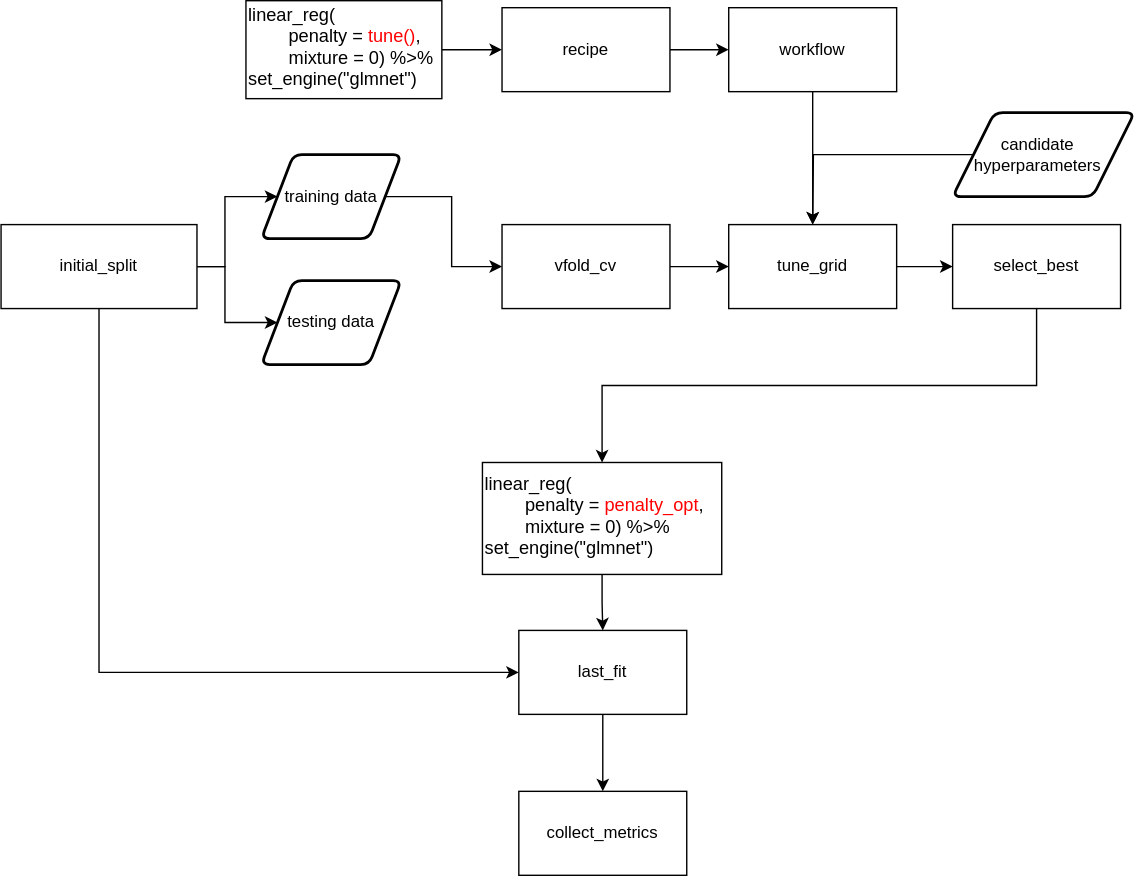
Before: _site/teaching/ML/pictures/tune_illustration.svg, a diagram exported from draw.io (LinusLach/website). Source tidied: cells renumbered, new cells last; positions are measured from the earlier drawing's top-left corner, leaving out a move shared by most shapes.
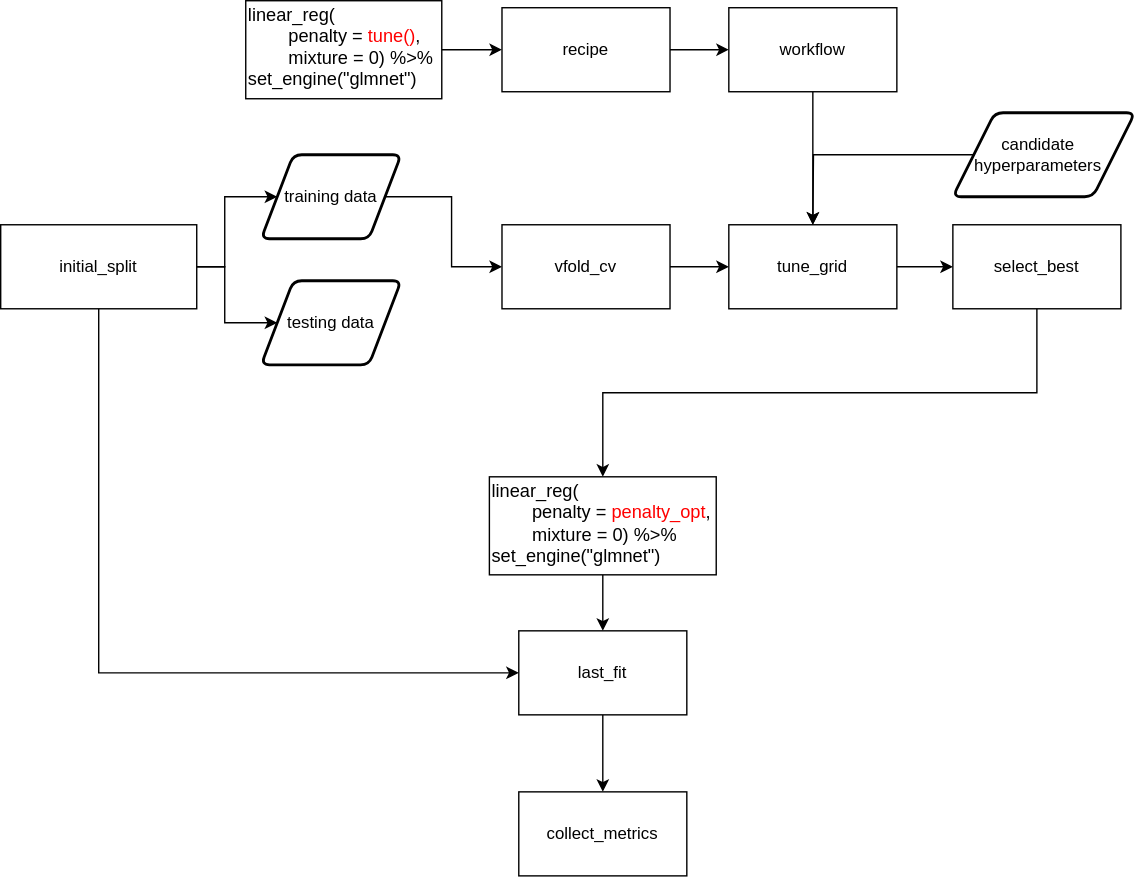
Later version of the same file.

Change to the diagram source:
```diff
@@ -73,7 +73,7 @@
       <mxGeometry relative="1" as="geometry" />
     </mxCell>
     <mxCell id="22" value="&lt;div style=&quot;font-size: 13px;&quot;&gt;&lt;font style=&quot;font-size: 13px;&quot;&gt;linear_reg(&lt;/font&gt;&lt;/div&gt;&lt;div style=&quot;font-size: 13px;&quot;&gt;&lt;font style=&quot;font-size: 13px;&quot;&gt;&lt;span style=&quot;white-space: pre;&quot;&gt;&#9;&lt;/span&gt;penalty = &lt;font color=&quot;#ff0000&quot;&gt;penalty_opt&lt;/font&gt;,&lt;/font&gt;&lt;/div&gt;&lt;div style=&quot;font-size: 13px;&quot;&gt;&lt;font style=&quot;font-size: 13px;&quot;&gt;&lt;span style=&quot;white-space: pre;&quot;&gt;&#9;&lt;/span&gt;mixture = 0) %&amp;gt;%&lt;/font&gt;&lt;/div&gt;&lt;div style=&quot;font-size: 13px;&quot;&gt;&lt;font style=&quot;font-size: 13px;&quot;&gt;set_engine(&quot;glmnet&quot;)&lt;br&gt;&lt;/font&gt;&lt;/div&gt;&lt;font style=&quot;font-size: 13px;&quot;&gt;&lt;br&gt;&lt;/font&gt;" style="rounded=0;whiteSpace=wrap;html=1;verticalAlign=middle;labelPosition=center;verticalLabelPosition=middle;align=left;spacingTop=11;" parent="1" vertex="1">
-      <mxGeometry x="344" y="330" width="171" height="80" as="geometry" />
+      <mxGeometry x="349" y="340" width="162" height="70" as="geometry" />
     </mxCell>
     <mxCell id="23" style="edgeStyle=orthogonalEdgeStyle;rounded=0;jettySize=auto;html=1;exitX=0.5;exitY=1;exitDx=0;exitDy=0;entryX=0.5;entryY=0;entryDx=0;entryDy=0;" parent="1" edge="1" source="24" target="25">
       <mxGeometry relative="1" as="geometry" />
@@ -84,11 +84,11 @@
     <mxCell id="25" value="collect_metrics" style="rounded=0;whiteSpace=wrap;html=1;" parent="1" vertex="1">
       <mxGeometry x="370" y="565" width="120" height="60" as="geometry" />
     </mxCell>
-    <mxCell id="26" style="edgeStyle=orthogonalEdgeStyle;rounded=0;jettySize=auto;html=1;exitX=0;exitY=0.5;exitDx=0;exitDy=0;" parent="1" edge="1" source="27">
-      <mxGeometry relative="1" as="geometry">
-        <mxPoint x="580" y="160" as="targetPoint" />
-      </mxGeometry>
-    </mxCell>
+    <mxCell id="28" style="edgeStyle=orthogonalEdgeStyle;rounded=0;jettySize=auto;html=1;exitX=0;exitY=0.5;exitDx=0;exitDy=0;" parent="1" edge="1" source="27">
+      <mxGeometry relative="1" as="geometry">
+        <mxPoint x="580" y="160" as="targetPoint" />
+      </mxGeometry>
+    </mxCell>
     <mxCell id="27" value="candidate&lt;br&gt;hyperparameters" style="shape=parallelogram;html=1;strokeWidth=2;perimeter=parallelogramPerimeter;whiteSpace=wrap;rounded=1;arcSize=12;size=0.23;spacingLeft=-8;" parent="1" vertex="1">
       <mxGeometry x="680" y="80" width="130" height="60" as="geometry" />
     </mxCell>
```
